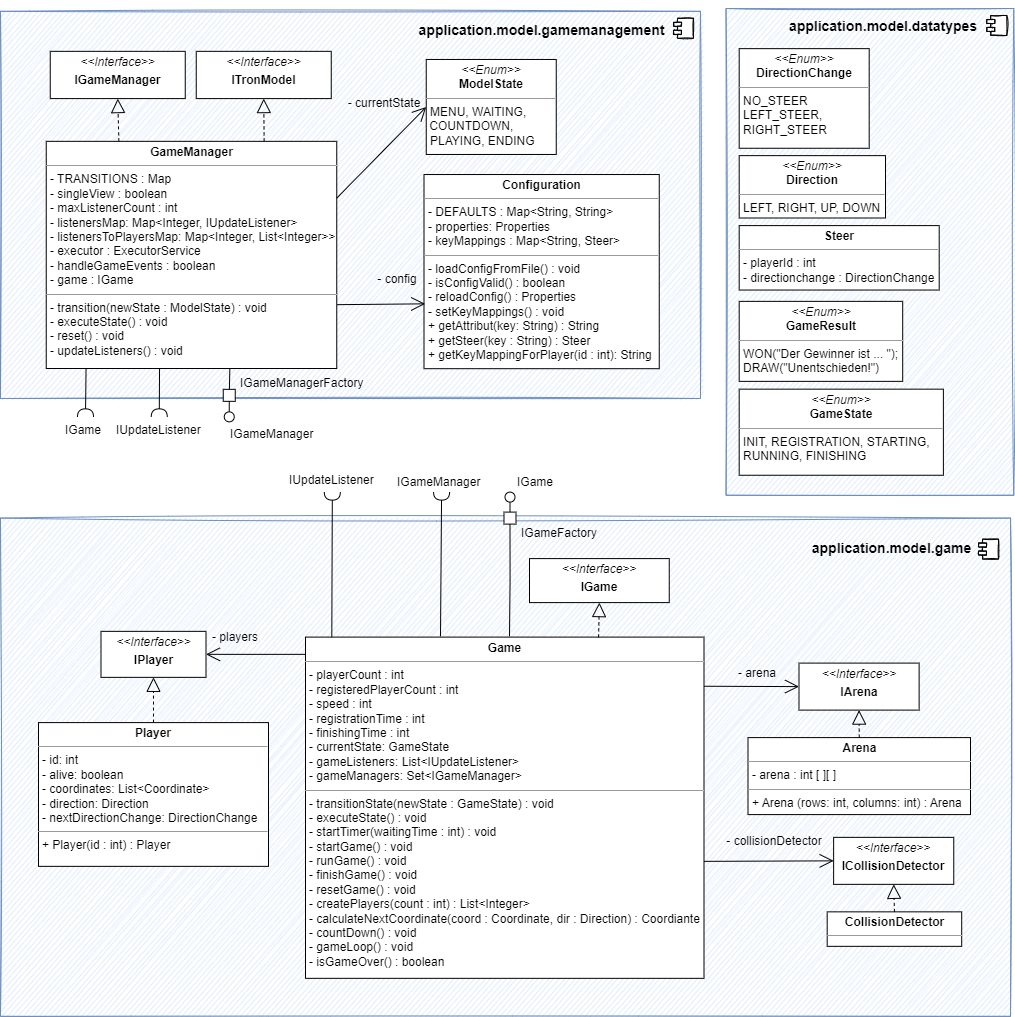
The draw.io diagram Dokumentation/App/diagrams/baustein/bs_layer3_model.png in sckoenig/Distributed-Tron, before a commit. Source tidied: cells renumbered, new cells last; positions are measured from the earlier drawing's top-left corner, leaving out a move shared by most shapes.
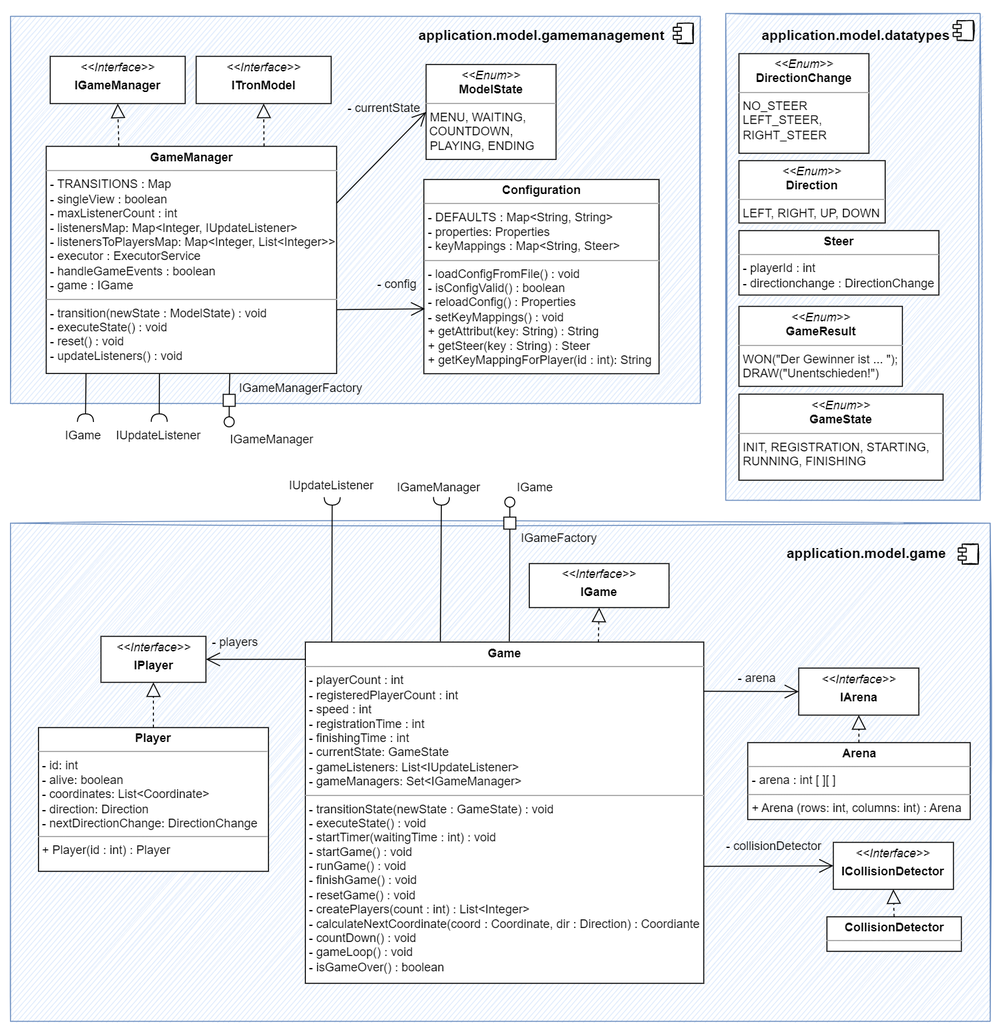
The same file after the commit.

Diff of the diagram source:
```diff
@@ -3,7 +3,7 @@
     <mxCell id="0" />
     <mxCell id="1" parent="0" />
     <mxCell id="2" style="html=1;sketch=1;fillColor=#dae8fc;strokeColor=#6c8ebf;" parent="1" vertex="1">
-      <mxGeometry y="2.8" width="700" height="387.2" as="geometry" />
+      <mxGeometry x="10" y="2.8" width="690" height="387.2" as="geometry" />
     </mxCell>
     <mxCell id="3" style="shape=module;jettyWidth=8;jettyHeight=4;sketch=1;" parent="2" vertex="1">
       <mxGeometry x="1" width="20" height="20" relative="1" as="geometry">
@@ -11,7 +11,7 @@
       </mxGeometry>
     </mxCell>
     <mxCell id="4" style="html=1;sketch=1;fillColor=#dae8fc;strokeColor=#6c8ebf;" parent="1" vertex="1">
-      <mxGeometry y="509.6" width="1010" height="498.2" as="geometry" />
+      <mxGeometry x="10" y="509.6" width="980" height="498.2" as="geometry" />
     </mxCell>
     <mxCell id="5" style="shape=module;jettyWidth=8;jettyHeight=4;sketch=1;" parent="4" vertex="1">
       <mxGeometry x="1" width="20" height="20" relative="1" as="geometry">
@@ -19,7 +19,7 @@
       </mxGeometry>
     </mxCell>
     <mxCell id="6" style="html=1;sketch=1;fillColor=#dae8fc;strokeColor=#6c8ebf;" parent="1" vertex="1">
-      <mxGeometry x="725.5" width="287.8" height="486.8" as="geometry" />
+      <mxGeometry x="725.5" width="254.5" height="486.8" as="geometry" />
     </mxCell>
     <mxCell id="7" style="shape=module;jettyWidth=8;jettyHeight=4;sketch=1;" parent="6" vertex="1">
       <mxGeometry x="1" width="20" height="20" relative="1" as="geometry">
@@ -206,10 +206,13 @@
       <mxGeometry x="113.8" y="408.4" width="89.7" height="25.4" as="geometry" />
     </mxCell>
     <mxCell id="63" value="&lt;font style=&quot;font-size: 14px;&quot;&gt;&lt;br style=&quot;&quot;&gt;&lt;b style=&quot;&quot;&gt;application.model.datatypes&lt;/b&gt;&lt;/font&gt;" style="text;html=1;strokeColor=none;fillColor=none;align=center;verticalAlign=middle;whiteSpace=wrap;rounded=0;sketch=1;" parent="1" vertex="1">
-      <mxGeometry x="798.5" width="168.2" height="17.6" as="geometry" />
+      <mxGeometry x="772" y="4.7" width="168.2" height="17.6" as="geometry" />
     </mxCell>
     <mxCell id="64" value="&lt;font style=&quot;font-size: 14px;&quot;&gt;&lt;br style=&quot;&quot;&gt;&lt;b style=&quot;&quot;&gt;application.model.game&lt;/b&gt;&lt;/font&gt;" style="text;html=1;strokeColor=none;fillColor=none;align=center;verticalAlign=middle;whiteSpace=wrap;rounded=0;sketch=1;" parent="1" vertex="1">
-      <mxGeometry x="822.8" y="521.5" width="136.8" height="18.2" as="geometry" />
+      <mxGeometry x="798.3" y="521.5" width="136.8" height="18.2" as="geometry" />
     </mxCell>
+    <mxCell id="65" style="edgeStyle=orthogonalEdgeStyle;rounded=0;orthogonalLoop=1;jettySize=auto;html=1;exitX=0.5;exitY=1;exitDx=0;exitDy=0;" parent="1" edge="1" source="63" target="63">
+      <mxGeometry relative="1" as="geometry" />
+    </mxCell>
   </root>
 </mxGraphModel>
```
